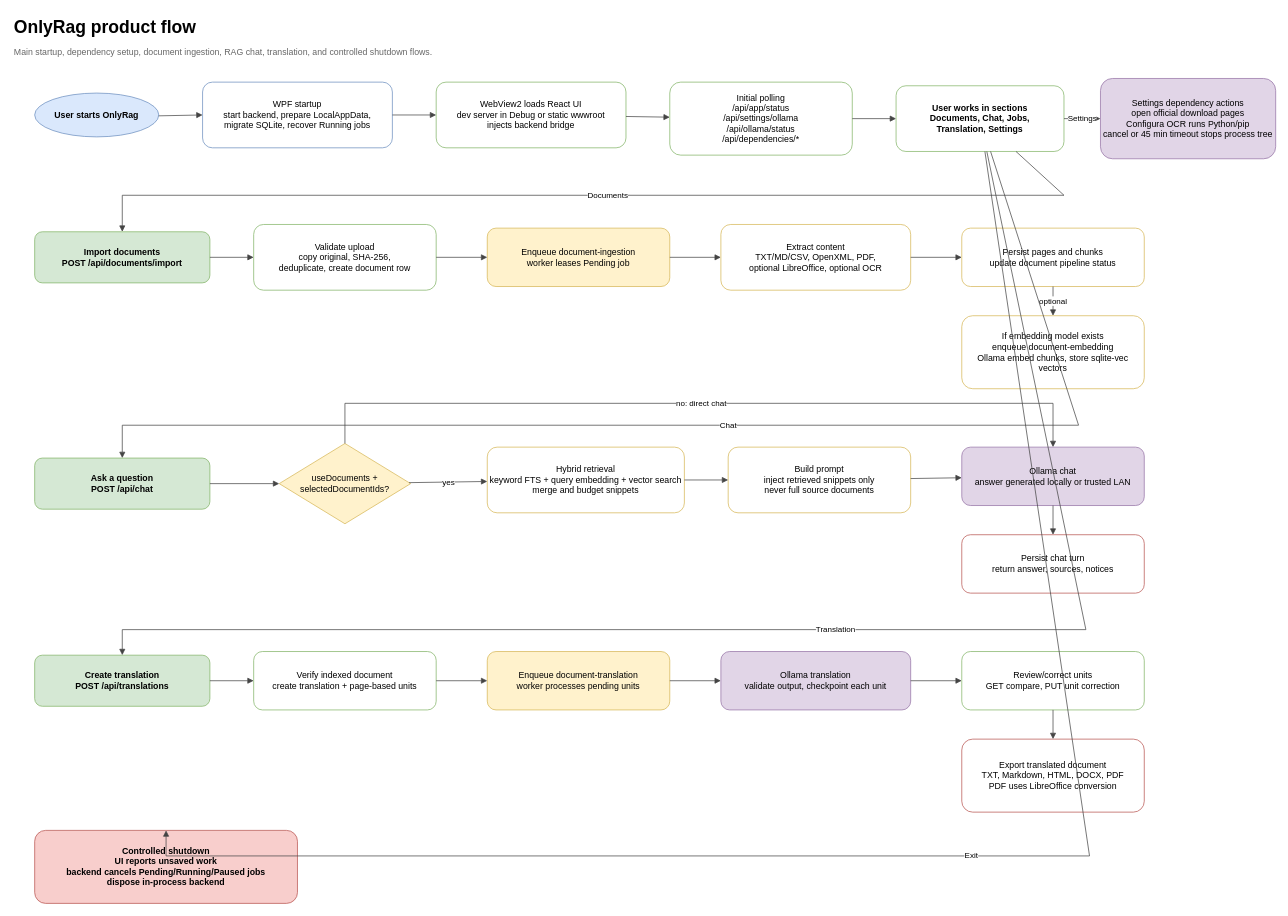
Above: page "Product flow" (2 of 2) of docs/APP_FLOW.drawio in dennidalpos/OnlyRag (draw.io), before the change. Source tidied: cells renumbered, new cells numbered last; positions are measured from the earlier drawing's top-left corner, leaving out a move shared by most shapes. Both pictures are drawn from the tidied source at 73%, with x=0, y=0 at pixel (12, 12).
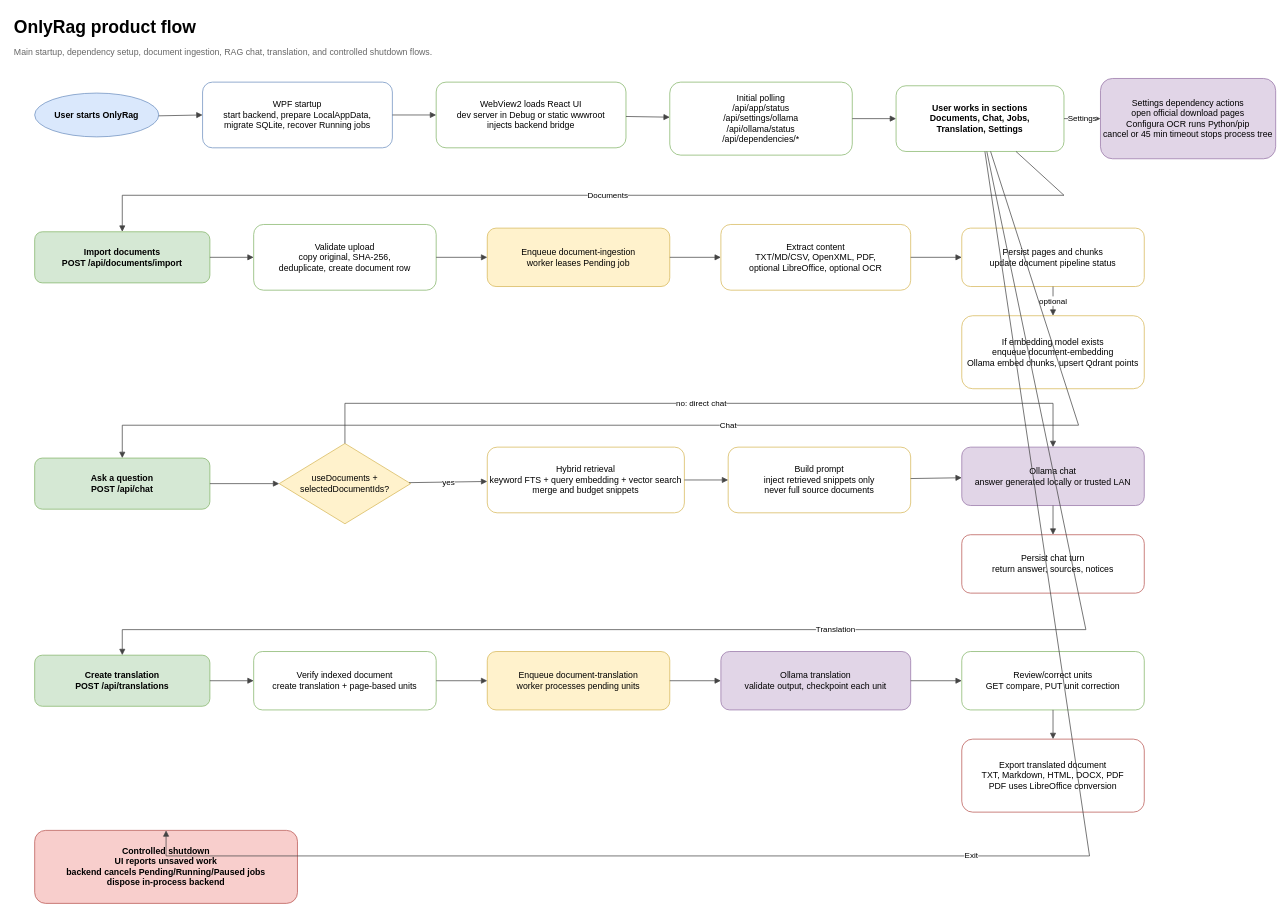
The same page after the edit.

Diff of the diagram source:
```diff
@@
-    <mxCell id="15" value="If embedding model exists&lt;br&gt;enqueue document-embedding&lt;br&gt;Ollama embed chunks, store sqlite-vec vectors" style="rounded=1;whiteSpace=wrap;html=1;fillColor=#ffffff;strokeColor=#d6b656;" parent="1" vertex="1">
+    <mxCell id="15" value="If embedding model exists&lt;br&gt;enqueue document-embedding&lt;br&gt;Ollama embed chunks, upsert Qdrant points" style="rounded=1;whiteSpace=wrap;html=1;fillColor=#ffffff;strokeColor=#d6b656;" parent="1" vertex="1">
       <mxGeometry x="1300" y="415" width="250" height="100" as="geometry" />
     </mxCell>
```
